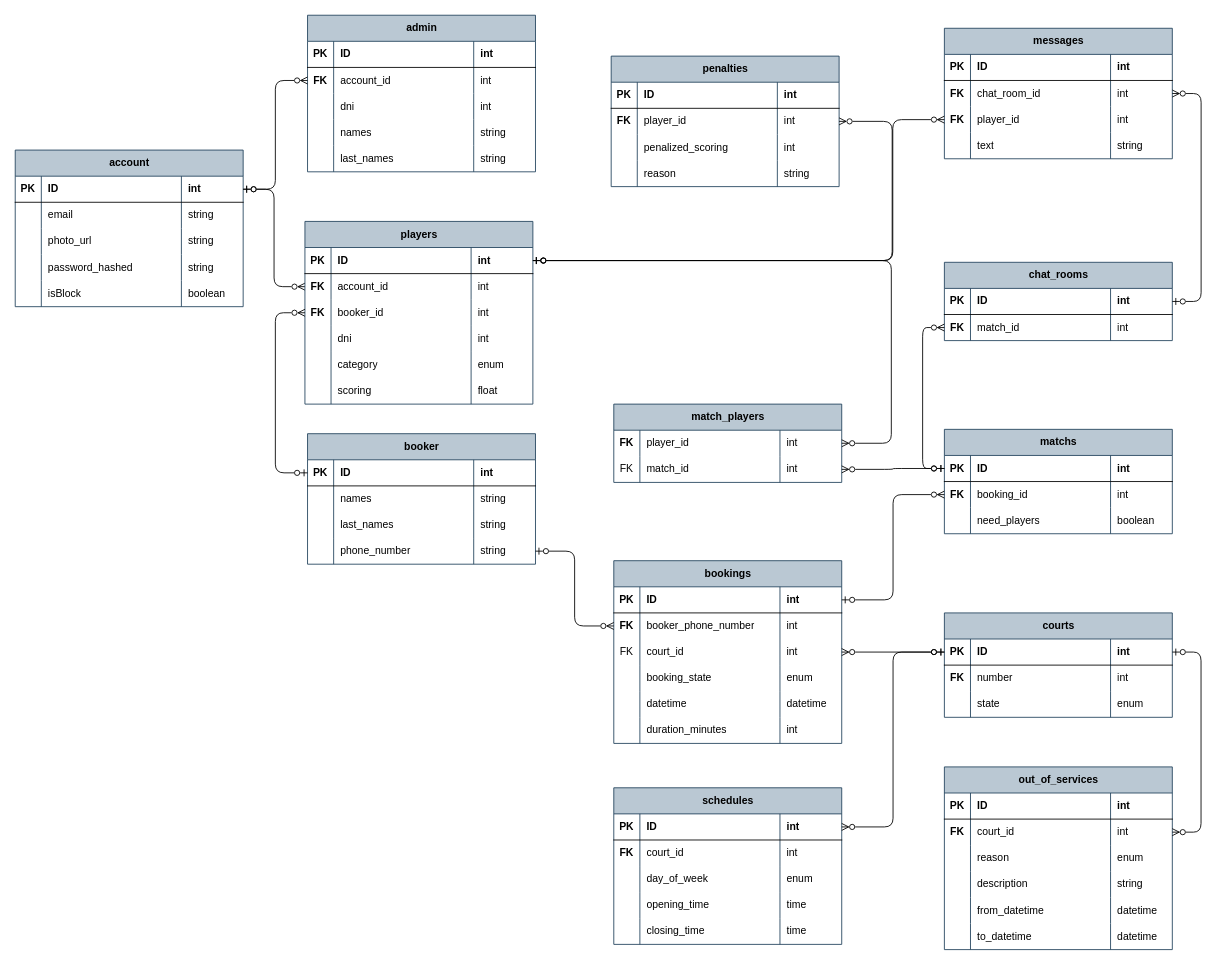
Before: docs/der/DER Padel Quento.drawio in JoacoMazza/padel-quento, a draw.io diagram. Source tidied: cells renumbered, new cells numbered last; positions are measured from the earlier drawing's top-left corner, leaving out a move shared by most shapes. Both pictures are drawn from the tidied source at 87%, with x=0, y=0 at pixel (15, 15).
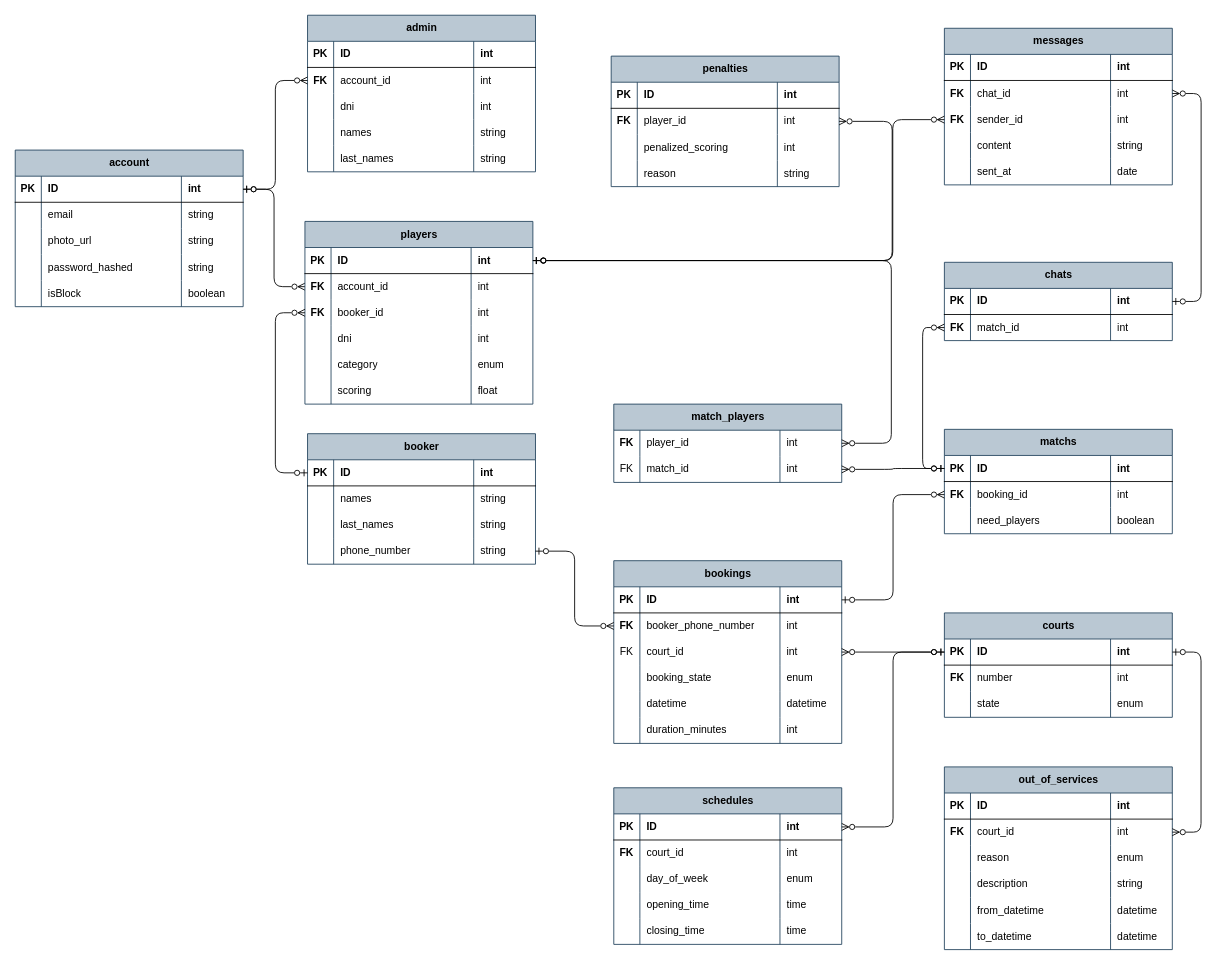
The same diagram, later.

Commit message (it also covers changes not shown here):
In the messages table, the names of the rows were changed: 'player_id' for 'sender_id',' text' for 'content' and the row 'sent_at' was added. The table 'chat_rooms' was renamed 'chat'

Unchanged cells that the change refers to:
```xml
<mxCell id="186" style="shape=tableRow;horizontal=0;startSize=0;swimlaneHead=0;swimlaneBody=0;fillColor=none;points=[[0,0.5],[1,0.5]];portConstraint=eastwest;top=0;left=0;right=0;bottom=0;" parent="181" vertex="1">
  <mxGeometry y="60" width="262" height="30" as="geometry" />
</mxCell>
<mxCell id="190" style="shape=tableRow;horizontal=0;startSize=0;swimlaneHead=0;swimlaneBody=0;fillColor=none;points=[[0,0.5],[1,0.5]];portConstraint=eastwest;top=0;left=0;right=0;bottom=0;" parent="181" vertex="1">
  <mxGeometry y="90" width="262" height="30" as="geometry" />
</mxCell>
<mxCell id="194" style="shape=tableRow;horizontal=0;startSize=0;swimlaneHead=0;swimlaneBody=0;fillColor=none;top=0;left=0;right=0;bottom=0;" parent="181" vertex="1">
  <mxGeometry y="120" width="262" height="30" as="geometry" />
</mxCell>
```

Change to the diagram source:
```diff
@@
-    <mxCell id="172" value="chat_rooms" style="shape=table;startSize=30;childLayout=tableLayout;rowLines=0;fontStyle=1;align=center;html=1;fillColor=#bac8d3;strokeColor=#23445d;" parent="1" vertex="1">
+    <mxCell id="172" value="chats" style="shape=table;startSize=30;childLayout=tableLayout;rowLines=0;fontStyle=1;align=center;html=1;fillColor=#bac8d3;strokeColor=#23445d;" parent="1" vertex="1">
       <mxGeometry x="1068" y="284" width="262" height="90" as="geometry" />
     </mxCell>
@@
     <mxCell id="181" value="messages" style="shape=table;startSize=30;childLayout=tableLayout;rowLines=0;fontStyle=1;align=center;html=1;fillColor=#bac8d3;strokeColor=#23445d;" parent="1" vertex="1">
-      <mxGeometry x="1068" y="15" width="262" height="150" as="geometry" />
+      <mxGeometry x="1068" y="15" width="262" height="180" as="geometry" />
     </mxCell>
@@
-    <mxCell id="188" value="chat_room_id" style="shape=partialRectangle;fillColor=none;top=0;left=0;bottom=0;right=0;align=left;spacingLeft=6;overflow=hidden;whiteSpace=wrap;html=1;" parent="186" vertex="1">
+    <mxCell id="188" value="chat&lt;span style=&quot;background-color: transparent; color: light-dark(rgb(0, 0, 0), rgb(255, 255, 255));&quot;&gt;_id&lt;/span&gt;" style="shape=partialRectangle;fillColor=none;top=0;left=0;bottom=0;right=0;align=left;spacingLeft=6;overflow=hidden;whiteSpace=wrap;html=1;" parent="186" vertex="1">
       <mxGeometry x="30" width="161" height="30" as="geometry" />
     </mxCell>
@@
-    <mxCell id="192" value="player_id" style="shape=partialRectangle;fillColor=none;top=0;left=0;bottom=0;right=0;align=left;spacingLeft=6;overflow=hidden;whiteSpace=wrap;html=1;" parent="190" vertex="1">
+    <mxCell id="192" value="sender_id" style="shape=partialRectangle;fillColor=none;top=0;left=0;bottom=0;right=0;align=left;spacingLeft=6;overflow=hidden;whiteSpace=wrap;html=1;" parent="190" vertex="1">
       <mxGeometry x="30" width="161" height="30" as="geometry" />
     </mxCell>
@@
-    <mxCell id="196" value="text" style="shape=partialRectangle;fillColor=none;top=0;left=0;bottom=0;right=0;align=left;spacingLeft=6;overflow=hidden;whiteSpace=wrap;html=1;" parent="194" vertex="1">
+    <mxCell id="196" value="content" style="shape=partialRectangle;fillColor=none;top=0;left=0;bottom=0;right=0;align=left;spacingLeft=6;overflow=hidden;whiteSpace=wrap;html=1;" parent="194" vertex="1">
       <mxGeometry x="30" width="161" height="30" as="geometry" />
     </mxCell>
@@
+    <mxCell id="249" style="shape=tableRow;horizontal=0;startSize=0;swimlaneHead=0;swimlaneBody=0;fillColor=none;top=0;left=0;right=0;bottom=0;" parent="181" vertex="1">
+      <mxGeometry y="150" width="262" height="30" as="geometry" />
+    </mxCell>
+    <mxCell id="250" style="shape=partialRectangle;fillColor=none;top=0;left=0;bottom=0;right=0;overflow=hidden;whiteSpace=wrap;html=1;fontStyle=1;" parent="249" vertex="1">
+      <mxGeometry width="30" height="30" as="geometry" />
+    </mxCell>
+    <mxCell id="251" value="sent_at" style="shape=partialRectangle;fillColor=none;top=0;left=0;bottom=0;right=0;align=left;spacingLeft=6;overflow=hidden;whiteSpace=wrap;html=1;" parent="249" vertex="1">
+      <mxGeometry x="30" width="161" height="30" as="geometry" />
+    </mxCell>
+    <mxCell id="252" value="date" style="shape=partialRectangle;fillColor=none;top=0;left=0;bottom=0;right=0;align=left;spacingLeft=6;overflow=hidden;whiteSpace=wrap;html=1;" parent="249" vertex="1">
+      <mxGeometry x="191" width="71" height="30" as="geometry" />
+    </mxCell>
```
